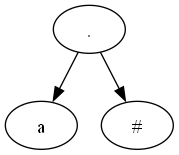
Above: AAImageTree/Tree1.gv.png in Gerax5/COM-LB1 (Graphviz), before the change. Its source is kept beside it as AAImageTree/Tree1.gv.
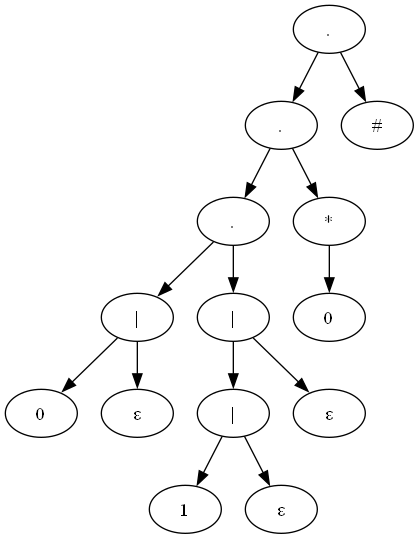
After the change.

Diff of the diagram source:
```diff
@@ -1,7 +1,29 @@
 digraph "AAImageTree/Tree1" {
 	A0 [label="."]
-	A1 [label=a]
-	A2 [label="#"]
+	A1 [label="."]
+	A2 [label="."]
+	A3 [label="|"]
+	A4 [label=0]
+	A5 [label="ε"]
+	A6 [label="|"]
+	A7 [label="|"]
+	A8 [label=1]
+	A9 [label="ε"]
+	A10 [label="ε"]
+	A11 [label="*"]
+	A12 [label=0]
+	A13 [label="#"]
+	A3 -> A4
+	A3 -> A5
+	A2 -> A3
+	A7 -> A8
+	A7 -> A9
+	A6 -> A7
+	A6 -> A10
+	A2 -> A6
+	A1 -> A2
+	A11 -> A12
+	A1 -> A11
 	A0 -> A1
-	A0 -> A2
+	A0 -> A13
 }
```
